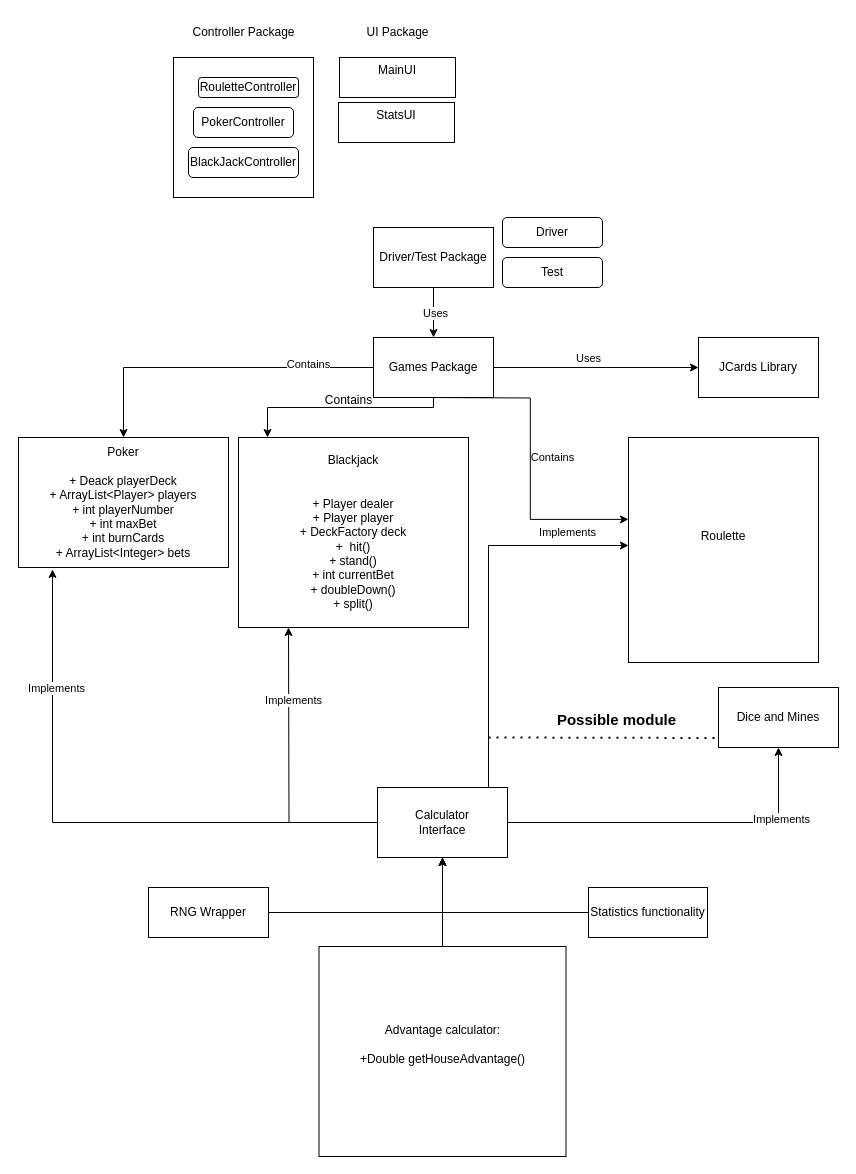
Earlier version of the draw.io diagram Deliverable 2/UML_2_WIP.drawio (adinashby-vanier-college/integrative-project-in-csm-project-sigma-technologies-inc). Source tidied: cells renumbered, new cells numbered last; positions are measured from the earlier drawing's top-left corner, leaving out a move shared by most shapes. Both pictures are drawn from the tidied source at 100%, with x=0, y=0 at pixel (18, 17).
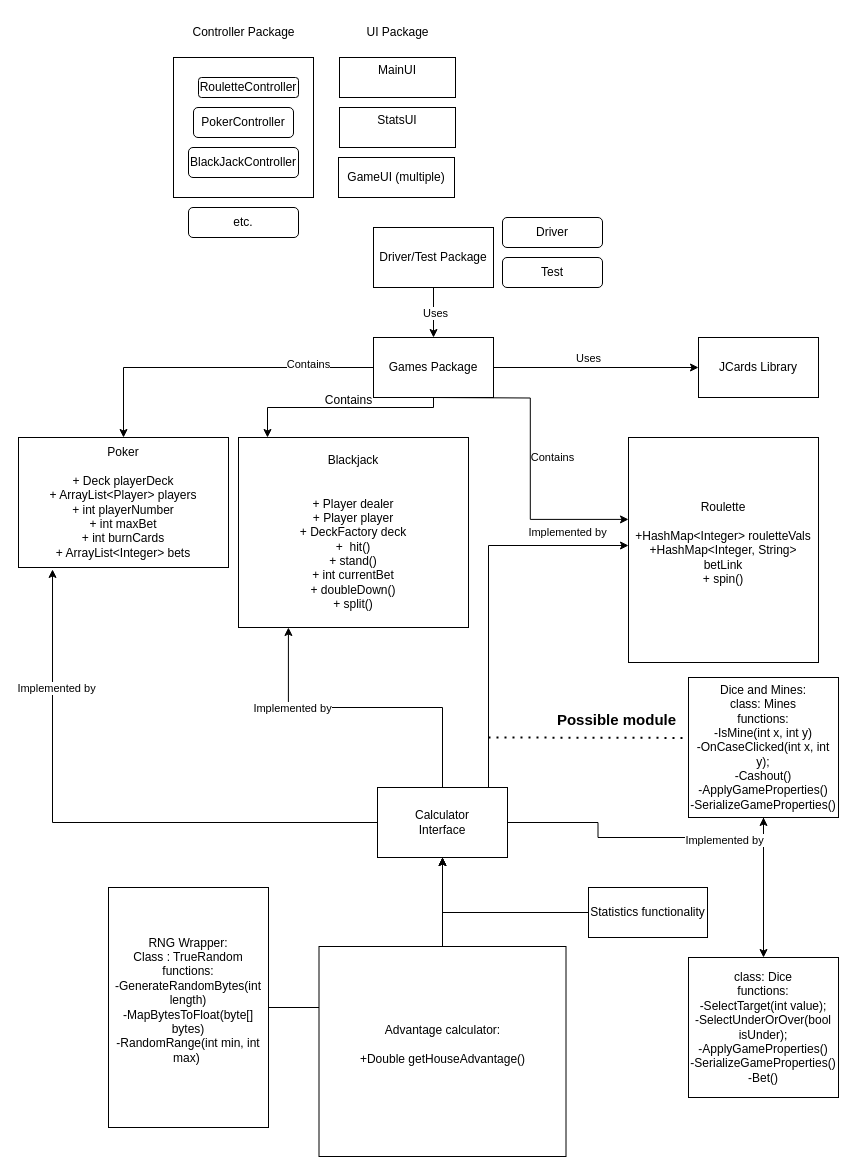
After the change.

Unchanged cells that the change refers to:
```xml
<mxCell id="3" value="&lt;div&gt;Blackjack&lt;/div&gt;&lt;div&gt;&lt;br&gt;&lt;/div&gt;&lt;div&gt;&lt;br&gt;&lt;/div&gt;&lt;div&gt;+ Player dealer&lt;/div&gt;&lt;div&gt;+ Player player&lt;/div&gt;&lt;div&gt;+ DeckFactory deck&lt;/div&gt;&lt;div&gt;+&amp;nbsp; hit()&lt;/div&gt;&lt;div&gt;+ stand()&lt;/div&gt;&lt;div&gt;+ int currentBet&lt;/div&gt;&lt;div&gt;+ doubleDown()&lt;/div&gt;&lt;div&gt;+ split()&lt;br&gt;&lt;/div&gt;" style="rounded=0;whiteSpace=wrap;html=1;" parent="1" vertex="1">
  <mxGeometry x="220" y="420" width="230" height="190" as="geometry" />
</mxCell>
<mxCell id="11" style="edgeStyle=orthogonalEdgeStyle;rounded=0;jettySize=auto;html=1;exitX=0;exitY=0.5;exitDx=0;exitDy=0;entryX=0.162;entryY=1.015;entryDx=0;entryDy=0;entryPerimeter=0;" parent="1" edge="1" source="19" target="2">
  <mxGeometry relative="1" as="geometry" />
</mxCell>
<mxCell id="13" style="edgeStyle=orthogonalEdgeStyle;rounded=0;jettySize=auto;html=1;" parent="1" edge="1" source="19" target="4">
  <mxGeometry relative="1" as="geometry">
    <Array as="points">
      <mxPoint x="470" y="528" />
    </Array>
  </mxGeometry>
</mxCell>
<mxCell id="15" style="edgeStyle=orthogonalEdgeStyle;rounded=0;jettySize=auto;html=1;entryX=0.5;entryY=1;entryDx=0;entryDy=0;" parent="1" edge="1" source="19" target="7">
  <mxGeometry relative="1" as="geometry" />
</mxCell>
<mxCell id="19" value="&lt;div&gt;Calculator&lt;/div&gt;Interface" style="rounded=0;whiteSpace=wrap;html=1;" parent="1" vertex="1">
  <mxGeometry x="359" y="770" width="130" height="70" as="geometry" />
</mxCell>
```

Diff of the diagram source:
```diff
@@
-    <mxCell id="2" value="&lt;div&gt;Poker&lt;/div&gt;&lt;div&gt;&lt;br&gt;&lt;/div&gt;&lt;div&gt;+ Deack playerDeck&lt;/div&gt;&lt;div&gt;+ ArrayList&amp;lt;Player&amp;gt; players&lt;/div&gt;&lt;div&gt;+ int playerNumber&lt;/div&gt;&lt;div&gt;+ int maxBet&lt;/div&gt;&lt;div&gt;+ int burnCards&lt;/div&gt;&lt;div&gt;+ ArrayList&amp;lt;Integer&amp;gt; bets&lt;br&gt;&lt;/div&gt;" style="rounded=0;whiteSpace=wrap;html=1;" parent="1" vertex="1">
+    <mxCell id="2" value="&lt;div&gt;Poker&lt;/div&gt;&lt;div&gt;&lt;br&gt;&lt;/div&gt;&lt;div&gt;+ Deck playerDeck&lt;/div&gt;&lt;div&gt;+ ArrayList&amp;lt;Player&amp;gt; players&lt;/div&gt;&lt;div&gt;+ int playerNumber&lt;/div&gt;&lt;div&gt;+ int maxBet&lt;/div&gt;&lt;div&gt;+ int burnCards&lt;/div&gt;&lt;div&gt;+ ArrayList&amp;lt;Integer&amp;gt; bets&lt;br&gt;&lt;/div&gt;" style="rounded=0;whiteSpace=wrap;html=1;" parent="1" vertex="1">
       <mxGeometry y="420" width="210" height="130" as="geometry" />
     </mxCell>
@@
-    <mxCell id="4" value="&lt;div&gt;Roulette&lt;/div&gt;&lt;div&gt;&lt;br&gt;&lt;/div&gt;&lt;div&gt;&lt;br&gt;&lt;/div&gt;" style="rounded=0;whiteSpace=wrap;html=1;" parent="1" vertex="1">
+    <mxCell id="4" value="&lt;div&gt;Roulette&lt;/div&gt;&lt;div&gt;&lt;br&gt;&lt;/div&gt;&lt;div&gt;+HashMap&amp;lt;Integer&amp;gt; rouletteVals&lt;/div&gt;&lt;div&gt;+HashMap&amp;lt;Integer, String&amp;gt; betLink&lt;/div&gt;&lt;div&gt;+ spin()&lt;/div&gt;&lt;div&gt;&lt;br&gt;&lt;/div&gt;" style="rounded=0;whiteSpace=wrap;html=1;" parent="1" vertex="1">
       <mxGeometry x="610" y="420" width="190" height="225" as="geometry" />
     </mxCell>
@@
+    <mxCell id="46" style="edgeStyle=orthogonalEdgeStyle;rounded=0;jettySize=auto;html=1;entryX=0.5;entryY=0;entryDx=0;entryDy=0;" parent="1" edge="1" source="7" target="48">
+      <mxGeometry relative="1" as="geometry" />
+    </mxCell>
-    <mxCell id="7" value="&lt;div&gt;Dice and Mines&lt;/div&gt;" style="rounded=0;whiteSpace=wrap;html=1;" parent="1" vertex="1">
-      <mxGeometry x="700" y="670" width="120" height="60" as="geometry" />
+    <mxCell id="7" value="&lt;div&gt;Dice and Mines:&lt;/div&gt;&lt;div&gt;&lt;div&gt;class: Mines&lt;/div&gt;&lt;div&gt;functions:&lt;/div&gt;&lt;div&gt;-IsMine(int x, int y)&lt;/div&gt;&lt;div&gt;-OnCaseClicked(int x, int y);&lt;/div&gt;&lt;div&gt;-Cashout()&lt;/div&gt;&lt;div&gt;-ApplyGameProperties()&lt;/div&gt;&lt;div&gt;-SerializeGameProperties()&lt;/div&gt;&lt;/div&gt;" style="rounded=0;whiteSpace=wrap;html=1;" parent="1" vertex="1">
+      <mxGeometry x="670" y="660" width="150" height="140" as="geometry" />
     </mxCell>
@@
-    <mxCell id="10" value="RNG Wrapper" style="rounded=0;whiteSpace=wrap;html=1;" parent="1" vertex="1">
-      <mxGeometry x="130" y="870" width="120" height="50" as="geometry" />
+    <mxCell id="10" value="RNG Wrapper:&lt;div&gt;&lt;div&gt;Class : TrueRandom&lt;/div&gt;&lt;div&gt;functions:&lt;/div&gt;&lt;div&gt;-GenerateRandomBytes(int length)&lt;/div&gt;&lt;div&gt;-MapBytesToFloat(byte[] bytes)&lt;/div&gt;&lt;div&gt;-RandomRange(int min, int max)&amp;nbsp;&lt;/div&gt;&lt;/div&gt;&lt;div&gt;&lt;br&gt;&lt;/div&gt;" style="rounded=0;whiteSpace=wrap;html=1;" parent="1" vertex="1">
+      <mxGeometry x="90" y="870" width="160" height="240" as="geometry" />
     </mxCell>
@@
-    <mxCell id="12" value="Implements" style="edgeLabel;html=1;align=center;verticalAlign=middle;" parent="11" vertex="1">
+    <mxCell id="12" value="Implemented by" style="edgeLabel;html=1;align=center;verticalAlign=middle;" parent="11" vertex="1">
       <mxGeometry x="0.59" y="-3" relative="1" as="geometry" />
     </mxCell>
@@
-    <mxCell id="14" value="Implements" style="edgeLabel;html=1;align=center;verticalAlign=middle;" parent="13" vertex="1">
+    <mxCell id="14" value="Implemented by" style="edgeLabel;html=1;align=center;verticalAlign=middle;" parent="13" vertex="1">
       <mxGeometry x="0.19" relative="1" as="geometry">
         <mxPoint x="78" y="-29" as="offset" />
       </mxGeometry>
     </mxCell>
@@
-    <mxCell id="16" value="Implements" style="edgeLabel;html=1;align=center;verticalAlign=middle;" parent="15" vertex="1">
+    <mxCell id="16" value="Implemented by" style="edgeLabel;html=1;align=center;verticalAlign=middle;" parent="15" vertex="1">
       <mxGeometry x="0.59" y="-2" relative="1" as="geometry" />
     </mxCell>
-    <mxCell id="17" style="edgeStyle=orthogonalEdgeStyle;rounded=0;jettySize=auto;html=1;" parent="1" edge="1" source="19">
-      <mxGeometry relative="1" as="geometry">
-        <mxPoint x="270" y="610" as="targetPoint" />
-      </mxGeometry>
+    <mxCell id="17" style="edgeStyle=orthogonalEdgeStyle;rounded=0;jettySize=auto;html=1;entryX=0.217;entryY=1;entryDx=0;entryDy=0;entryPerimeter=0;" parent="1" edge="1" source="19" target="3">
+      <mxGeometry relative="1" as="geometry" />
     </mxCell>
-    <mxCell id="18" value="Implements" style="edgeLabel;html=1;align=center;verticalAlign=middle;" parent="17" vertex="1">
+    <mxCell id="18" value="Implemented by" style="edgeLabel;html=1;align=center;verticalAlign=middle;" parent="17" vertex="1">
       <mxGeometry x="0.49" y="-4" relative="1" as="geometry" />
     </mxCell>
@@
     <mxCell id="30" value="&lt;div&gt;StatsUI&lt;/div&gt;&lt;div&gt;&lt;br&gt;&lt;/div&gt;" style="rounded=0;whiteSpace=wrap;html=1;" parent="1" vertex="1">
-      <mxGeometry x="320" y="85" width="116" height="40" as="geometry" />
+      <mxGeometry x="321" y="90" width="116" height="40" as="geometry" />
     </mxCell>
@@
+    <mxCell id="47" value="&lt;div&gt;GameUI (multiple)&lt;/div&gt;" style="rounded=0;whiteSpace=wrap;html=1;" parent="1" vertex="1">
+      <mxGeometry x="320" y="140" width="116" height="40" as="geometry" />
+    </mxCell>
+    <mxCell id="48" value="&lt;div&gt;class: Dice&lt;/div&gt;&lt;div&gt;functions:&lt;/div&gt;&lt;div&gt;-SelectTarget(int value);&lt;/div&gt;&lt;div&gt;-SelectUnderOrOver(bool isUnder);&lt;/div&gt;&lt;div&gt;-ApplyGameProperties()&lt;/div&gt;&lt;div&gt;-SerializeGameProperties()&lt;/div&gt;&lt;div&gt;-Bet()&lt;/div&gt;" style="rounded=0;whiteSpace=wrap;html=1;" parent="1" vertex="1">
+      <mxGeometry x="670" y="940" width="150" height="140" as="geometry" />
+    </mxCell>
+    <mxCell id="49" value="etc." style="rounded=1;whiteSpace=wrap;html=1;" parent="1" vertex="1">
+      <mxGeometry x="170" y="190" width="110" height="30" as="geometry" />
+    </mxCell>
```
